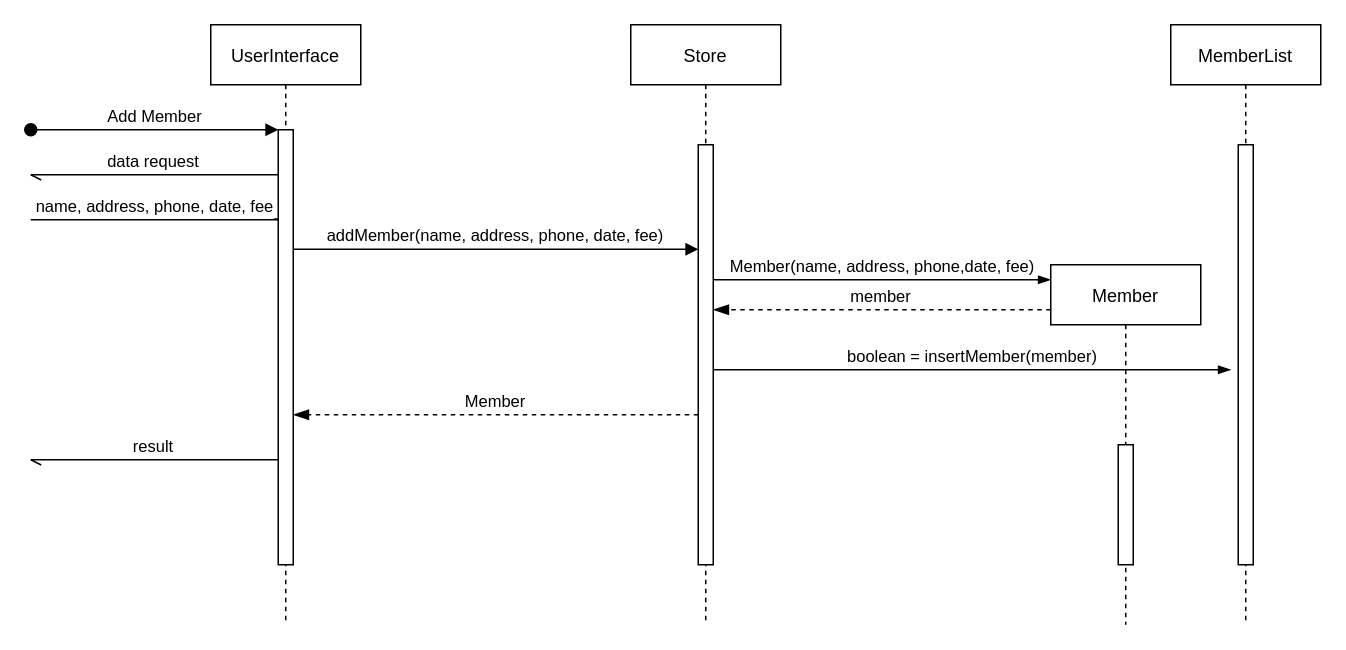
This is Class Diagrams/Sequences/addMember.drawio from qaalib101/ICS372GroupProject1, a draw.io file, before an edit. Source tidied: cells renumbered, new cells numbered last; positions are measured from the earlier drawing's top-left corner, leaving out a move shared by most shapes. Both pictures are drawn from the tidied source at 150%, with x=0, y=0 at pixel (30, 24).
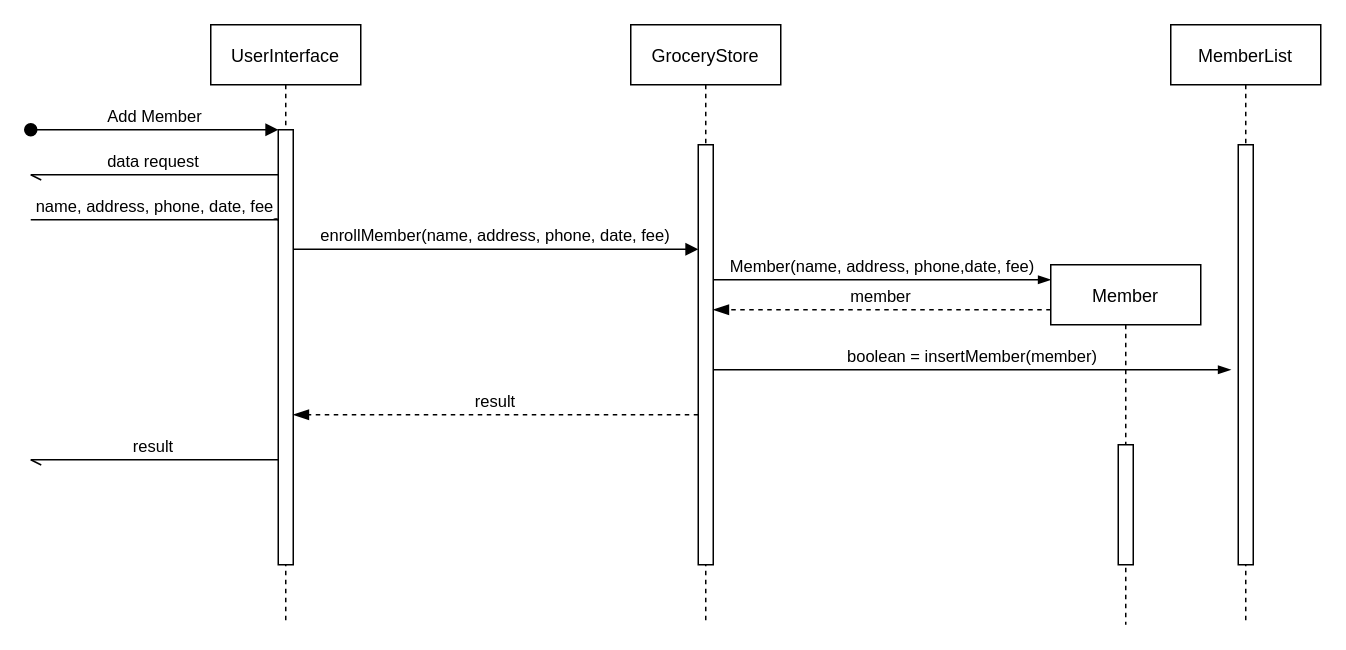
After the change.

Unchanged cells that the change refers to:
```xml
<mxCell id="3" style="points=[];perimeter=orthogonalPerimeter;rounded=0;shadow=0;strokeWidth=1;" parent="2" vertex="1">
  <mxGeometry x="45" y="70" width="10" height="290" as="geometry" />
</mxCell>
<mxCell id="10" style="points=[];perimeter=orthogonalPerimeter;rounded=0;shadow=0;strokeWidth=1;" parent="9" vertex="1">
  <mxGeometry x="45" y="80" width="10" height="280" as="geometry" />
</mxCell>
```

Change to the diagram source:
```diff
@@
-    <mxCell id="8" value="addMember(name, address, phone, date, fee)" style="verticalAlign=bottom;startArrow=none;endArrow=block;startSize=8;shadow=0;strokeWidth=1;startFill=0;endFill=1;" parent="1" edge="1" target="10">
+    <mxCell id="8" value="enrollMember(name, address, phone, date, fee)" style="verticalAlign=bottom;startArrow=none;endArrow=block;startSize=8;shadow=0;strokeWidth=1;startFill=0;endFill=1;labelBackgroundColor=default;fontColor=default;" parent="1" edge="1" target="10">
       <mxGeometry relative="1" as="geometry">
         <mxPoint x="175" y="149.7" as="sourcePoint" />
       </mxGeometry>
     </mxCell>
-    <mxCell id="9" value="Store" style="shape=umlLifeline;perimeter=lifelinePerimeter;rounded=0;shadow=0;strokeWidth=1;" parent="1" vertex="1">
+    <mxCell id="9" value="GroceryStore" style="shape=umlLifeline;perimeter=lifelinePerimeter;rounded=0;shadow=0;strokeWidth=1;fontColor=default;" parent="1" vertex="1">
       <mxGeometry x="400" width="100" height="400" as="geometry" />
     </mxCell>
@@
-    <mxCell id="18" value="Member" style="verticalAlign=bottom;endArrow=blockThin;dashed=1;endSize=8;shadow=0;strokeWidth=1;endFill=1;" parent="1" edge="1" target="3">
+    <mxCell id="18" value="result" style="verticalAlign=bottom;endArrow=blockThin;dashed=1;endSize=8;shadow=0;strokeWidth=1;endFill=1;labelBackgroundColor=default;fontColor=default;" parent="1" edge="1" target="3">
       <mxGeometry relative="1" as="geometry">
         <mxPoint x="445" y="260" as="sourcePoint" />
       </mxGeometry>
     </mxCell>
```
